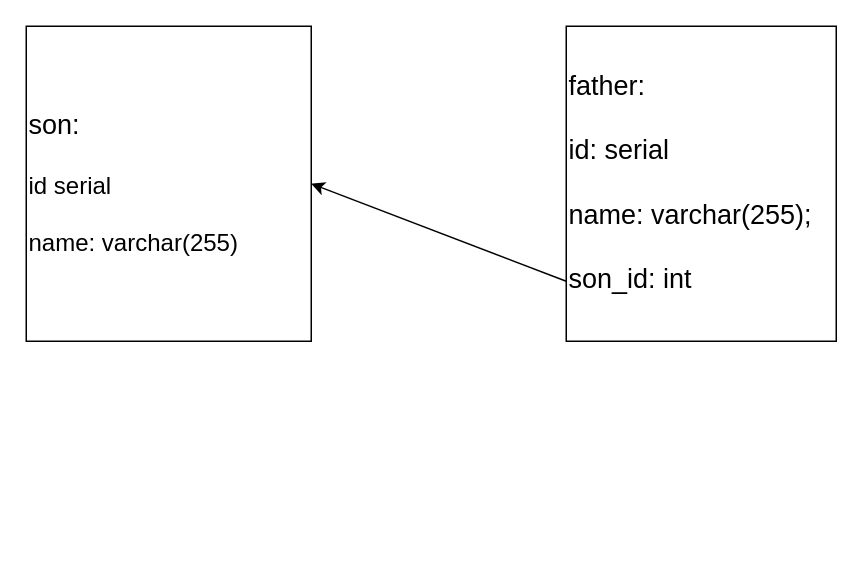
This is data/Diagram many-to-one.drawio from voldomarich/job4j_design, a draw.io file, before an edit. Source tidied: cells renumbered, new cells numbered last; positions are measured from the earlier drawing's top-left corner, leaving out a move shared by most shapes. Both pictures are drawn from the tidied source at 150%, with x=0, y=0 at pixel (26, 26).
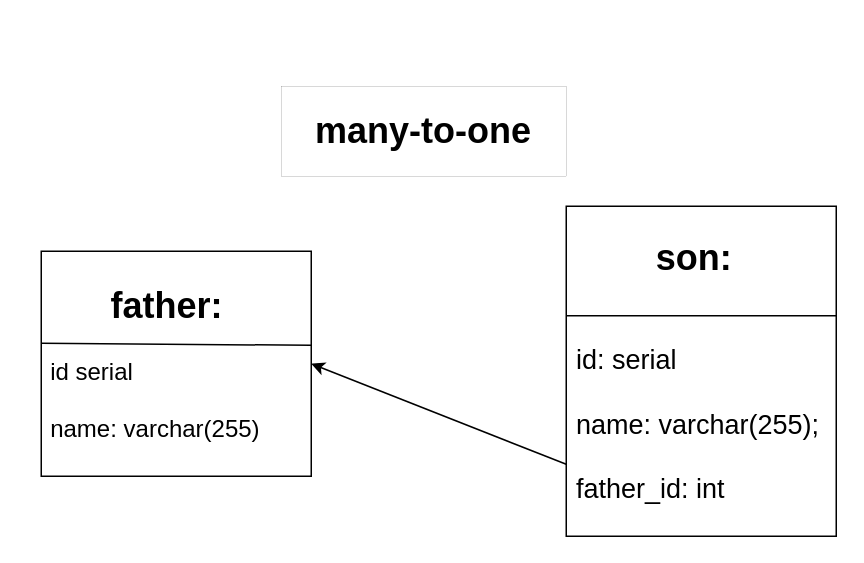
After the change.

What changed in the source:
```diff
@@
 <mxGraphModel>
   <root>
     <mxCell id="0" />
     <mxCell id="1" parent="0" />
-    <mxCell id="2" value="&lt;div style=&quot;&quot;&gt;&lt;span style=&quot;background-color: initial;&quot;&gt;&lt;font style=&quot;font-size: 18px;&quot;&gt;son:&lt;/font&gt;&lt;/span&gt;&lt;/div&gt;&lt;div style=&quot;&quot;&gt;&lt;span style=&quot;background-color: initial;&quot;&gt;&lt;font size=&quot;3&quot;&gt;&lt;br&gt;&lt;/font&gt;&lt;/span&gt;&lt;/div&gt;&lt;div style=&quot;&quot;&gt;&lt;span style=&quot;background-color: initial;&quot;&gt;&lt;font size=&quot;3&quot;&gt;id serial&lt;/font&gt;&lt;/span&gt;&lt;/div&gt;&lt;div style=&quot;&quot;&gt;&lt;span style=&quot;background-color: initial;&quot;&gt;&lt;font size=&quot;3&quot;&gt;&lt;br&gt;&lt;/font&gt;&lt;/span&gt;&lt;/div&gt;&lt;div style=&quot;&quot;&gt;&lt;span style=&quot;background-color: initial;&quot;&gt;&lt;font size=&quot;3&quot;&gt;name: varchar(255)&lt;/font&gt;&lt;/span&gt;&lt;/div&gt;" style="rounded=0;whiteSpace=wrap;html=1;align=left;" parent="1" vertex="1">
-      <mxGeometry width="190" height="210" as="geometry" />
+    <mxCell id="2" value="&lt;div style=&quot;text-align: center;&quot;&gt;&lt;span style=&quot;background-color: initial;&quot;&gt;&lt;font style=&quot;font-size: 24px;&quot;&gt;&amp;nbsp; &amp;nbsp;&lt;b style=&quot;&quot;&gt;father:&lt;/b&gt;&lt;/font&gt;&lt;/span&gt;&lt;/div&gt;&lt;div style=&quot;&quot;&gt;&lt;span style=&quot;background-color: initial;&quot;&gt;&lt;font size=&quot;3&quot;&gt;&lt;br&gt;&lt;/font&gt;&lt;/span&gt;&lt;/div&gt;&lt;div style=&quot;&quot;&gt;&lt;span style=&quot;background-color: initial;&quot;&gt;&lt;font size=&quot;3&quot;&gt;&amp;nbsp;id serial&lt;/font&gt;&lt;/span&gt;&lt;/div&gt;&lt;div style=&quot;&quot;&gt;&lt;span style=&quot;background-color: initial;&quot;&gt;&lt;font size=&quot;3&quot;&gt;&lt;br&gt;&lt;/font&gt;&lt;/span&gt;&lt;/div&gt;&lt;div style=&quot;&quot;&gt;&lt;span style=&quot;background-color: initial;&quot;&gt;&lt;font size=&quot;3&quot;&gt;&amp;nbsp;name: varchar(255)&lt;/font&gt;&lt;/span&gt;&lt;/div&gt;" style="rounded=0;whiteSpace=wrap;html=1;align=left;" parent="1" vertex="1">
+      <mxGeometry x="10" y="150" width="180" height="150" as="geometry" />
     </mxCell>
-    <mxCell id="3" value="&lt;font style=&quot;font-size: 18px;&quot;&gt;father:&lt;br&gt;&lt;br&gt;id: serial&lt;br&gt;&lt;br&gt;name: varchar(255);&lt;br&gt;&lt;br&gt;son_id: int&lt;/font&gt;" style="rounded=0;whiteSpace=wrap;html=1;align=left;" parent="1" vertex="1">
-      <mxGeometry x="360" width="180" height="210" as="geometry" />
+    <mxCell id="3" value="&lt;div style=&quot;text-align: center;&quot;&gt;&lt;font style=&quot;font-size: 24px;&quot;&gt;&lt;b style=&quot;background-color: initial;&quot;&gt;son:&lt;/b&gt;&lt;/font&gt;&lt;/div&gt;&lt;font style=&quot;font-size: 18px;&quot;&gt;&lt;br&gt;&lt;br&gt;&amp;nbsp;id: serial&lt;br&gt;&lt;br&gt;&amp;nbsp;name: varchar(255);&lt;br&gt;&lt;br&gt;&amp;nbsp;father_id: int&lt;/font&gt;" style="rounded=0;whiteSpace=wrap;html=1;align=left;" parent="1" vertex="1">
+      <mxGeometry x="360" y="120" width="180" height="220" as="geometry" />
     </mxCell>
-    <mxCell id="4" style="endArrow=classic;html=1;rounded=0;fontSize=18;entryX=1;entryY=0.5;entryDx=0;entryDy=0;" parent="1" edge="1" target="2">
-      <mxGeometry relative="1" as="geometry">
-        <mxPoint x="360" y="170" as="sourcePoint" />
-      </mxGeometry>
+    <mxCell id="4" style="endArrow=classic;html=1;rounded=0;fontSize=18;entryX=1;entryY=0.5;entryDx=0;entryDy=0;exitX=0;exitY=0.782;exitDx=0;exitDy=0;exitPerimeter=0;" parent="1" edge="1" source="3" target="2">
+      <mxGeometry relative="1" as="geometry" />
     </mxCell>
+    <mxCell id="5" style="endArrow=none;html=1;rounded=0;exitX=0;exitY=0.409;exitDx=0;exitDy=0;exitPerimeter=0;entryX=1;entryY=0.418;entryDx=0;entryDy=0;entryPerimeter=0;" parent="1" edge="1" source="2" target="2">
+      <mxGeometry relative="1" as="geometry" />
+    </mxCell>
+    <mxCell id="6" style="endArrow=none;html=1;rounded=0;exitX=0;exitY=0.332;exitDx=0;exitDy=0;exitPerimeter=0;" parent="1" edge="1" source="3">
+      <mxGeometry relative="1" as="geometry">
+        <mxPoint x="540" y="193" as="targetPoint" />
+      </mxGeometry>
+    </mxCell>
+    <mxCell id="7" value="&lt;b&gt;many-to-one&lt;/b&gt;" style="rounded=0;whiteSpace=wrap;html=1;fontSize=24;strokeWidth=0;" parent="1" vertex="1">
+      <mxGeometry x="170" y="40" width="190" height="60" as="geometry" />
+    </mxCell>
   </root>
 </mxGraphModel>
```
